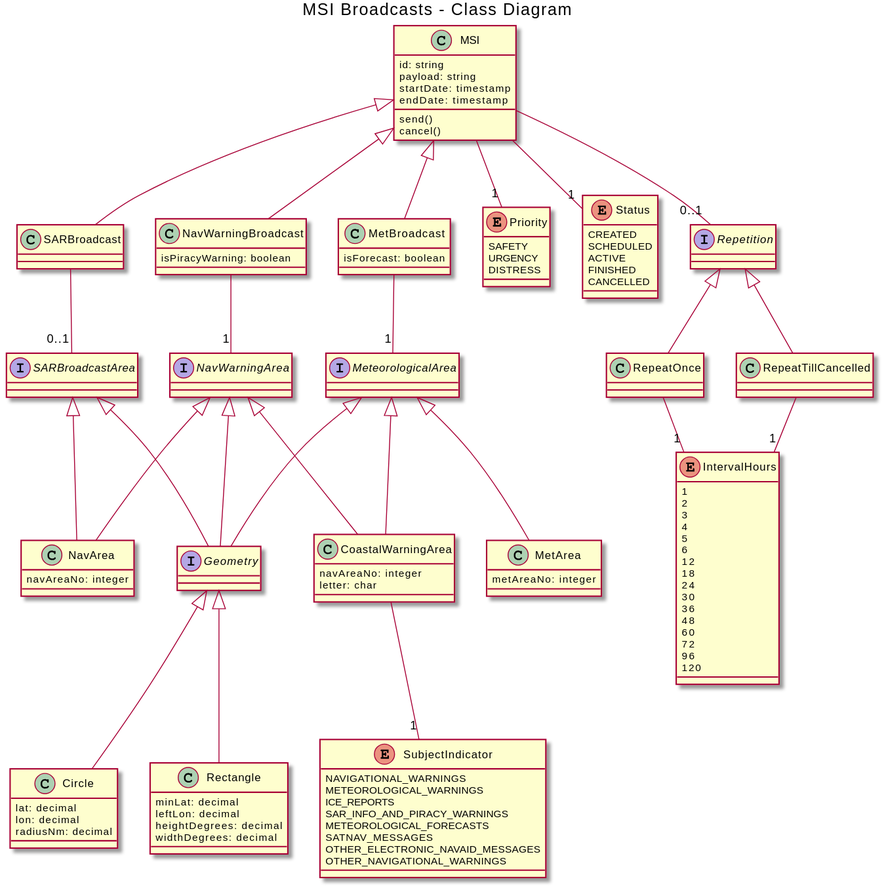
This is c-code-class-diagram.svg from amsa-code/egc-api, a PlantUML export, as it was before one commit.
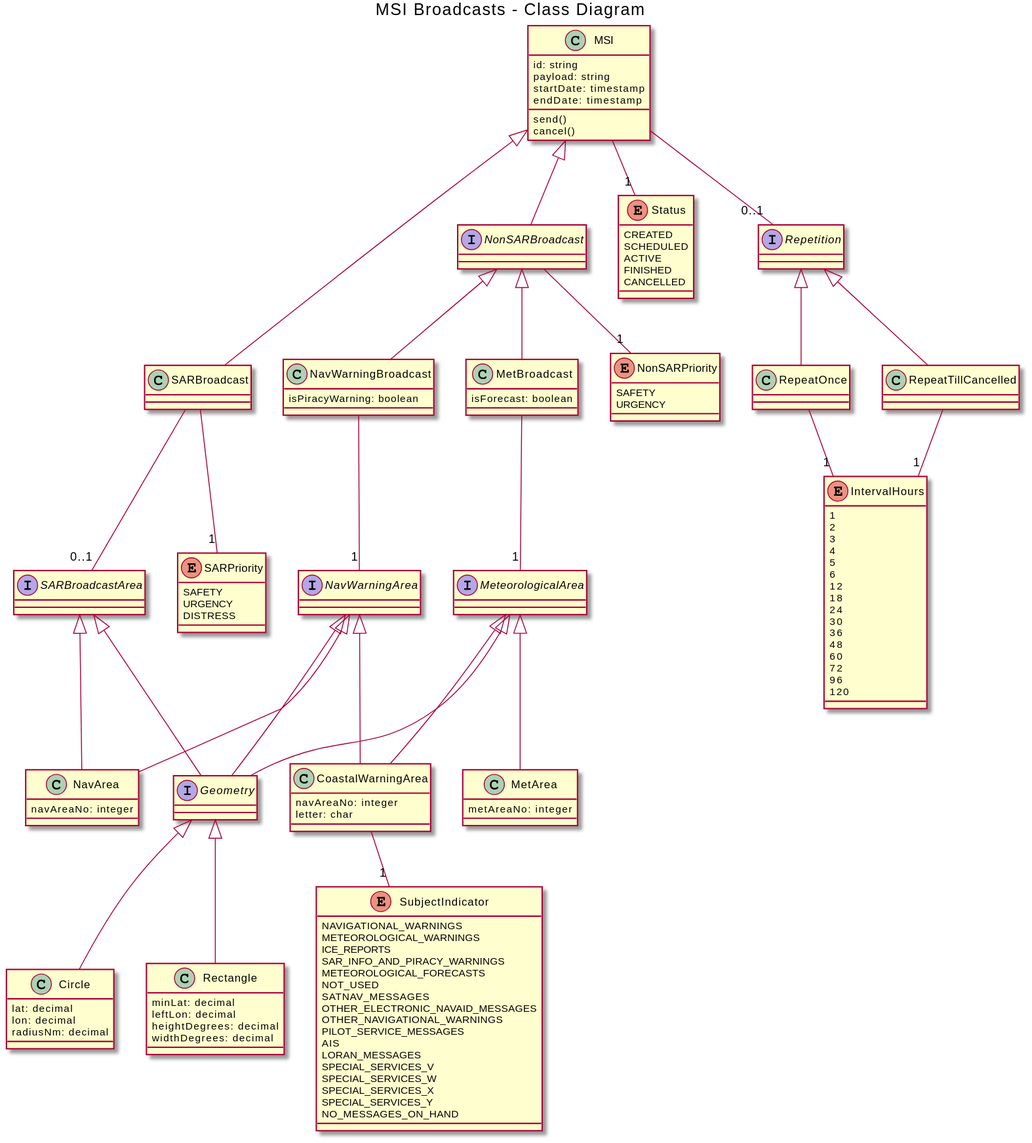
The same file after the commit.

Diff of the diagram source:
```diff
@@ -9,7 +9,9 @@
   send()
   cancel()
 }
+
 class SARBroadcast
+interface NonSARBroadcast
 class MetBroadcast {
   isForecast: boolean
 }
@@ -17,10 +19,14 @@
   isPiracyWarning: boolean
 }
 
-enum Priority {
+enum SARPriority {
   SAFETY
   URGENCY
   DISTRESS
+}
+enum NonSARPriority {
+  SAFETY
+  URGENCY
 }
 enum Status {
   CREATED
@@ -75,9 +81,18 @@
   ICE_REPORTS
   SAR_INFO_AND_PIRACY_WARNINGS
   METEOROLOGICAL_FORECASTS
+  NOT_USED
   SATNAV_MESSAGES
   OTHER_ELECTRONIC_NAVAID_MESSAGES
   OTHER_NAVIGATIONAL_WARNINGS
+  PILOT_SERVICE_MESSAGES
+  AIS
+  LORAN_MESSAGES
+  SPECIAL_SERVICES_V
+  SPECIAL_SERVICES_W
+  SPECIAL_SERVICES_X
+  SPECIAL_SERVICES_Y
+  NO_MESSAGES_ON_HAND
 }
 CoastalWarningArea -- "1" SubjectIndicator
 
@@ -113,13 +128,15 @@
 SARBroadcastArea <|-- NavArea
 
 MSI <|-- SARBroadcast
-MSI <|-- MetBroadcast
-MSI <|-- NavWarningBroadcast
+MSI <|-- NonSARBroadcast
+NonSARBroadcast <|-- MetBroadcast
+NonSARBroadcast <|-- NavWarningBroadcast
 
 SARBroadcast  -- "0..1" SARBroadcastArea
 MetBroadcast  -- "1" MeteorologicalArea
 NavWarningBroadcast  -- "1" NavWarningArea
 
-MSI -- "1" Priority
+NonSARBroadcast -- "1" NonSARPriority
+SARBroadcast -- "1" SARPriority
 MSI -- "1" Status
 @enduml
```
